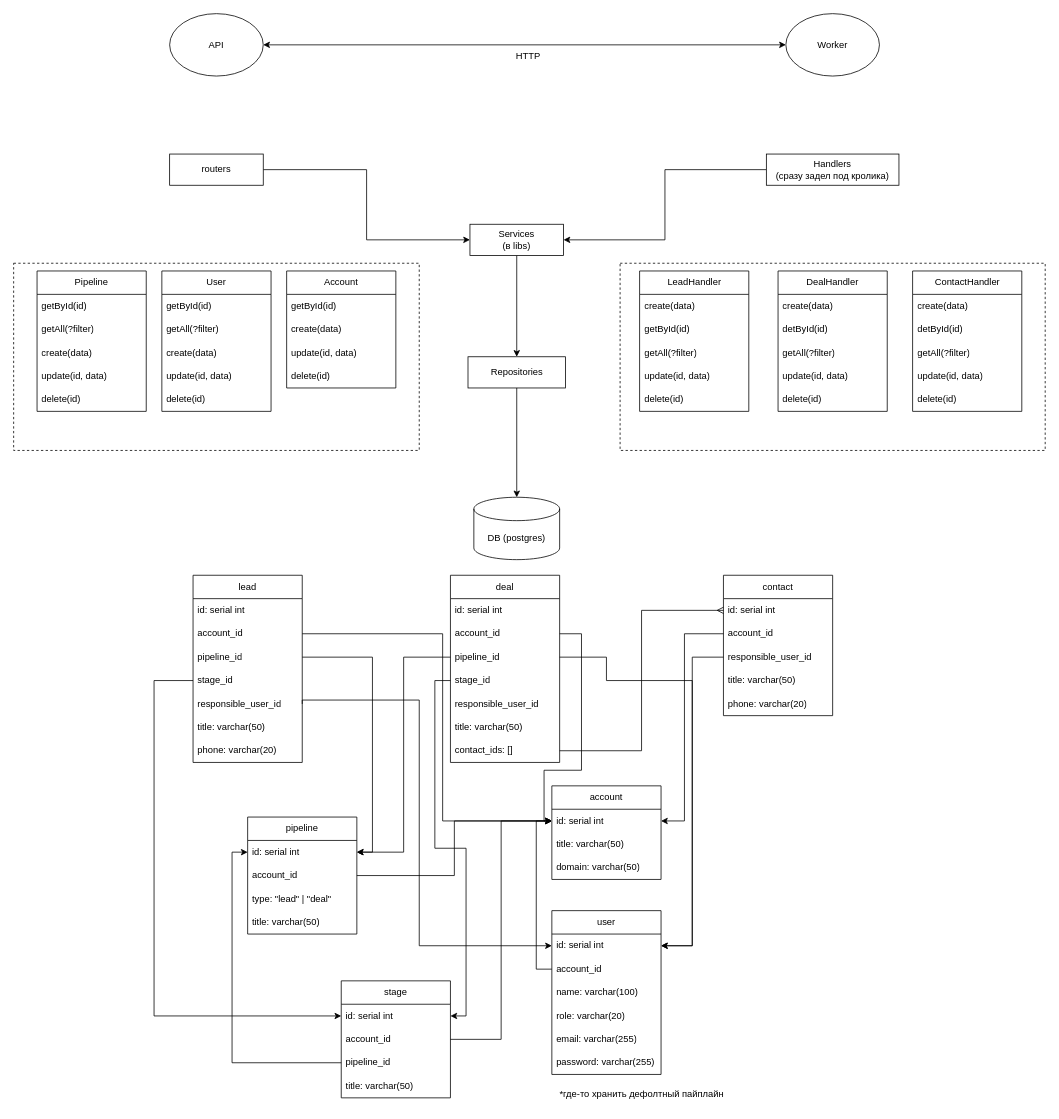
The draw.io diagram crm_architecture.drawio in sh1meo/crm, before the edit. Source tidied: cells renumbered, new cells numbered last; positions are measured from the earlier drawing's top-left corner, leaving out a move shared by most shapes. Both pictures are drawn from the tidied source at 78%, with x=0, y=0 at pixel (13, 13).
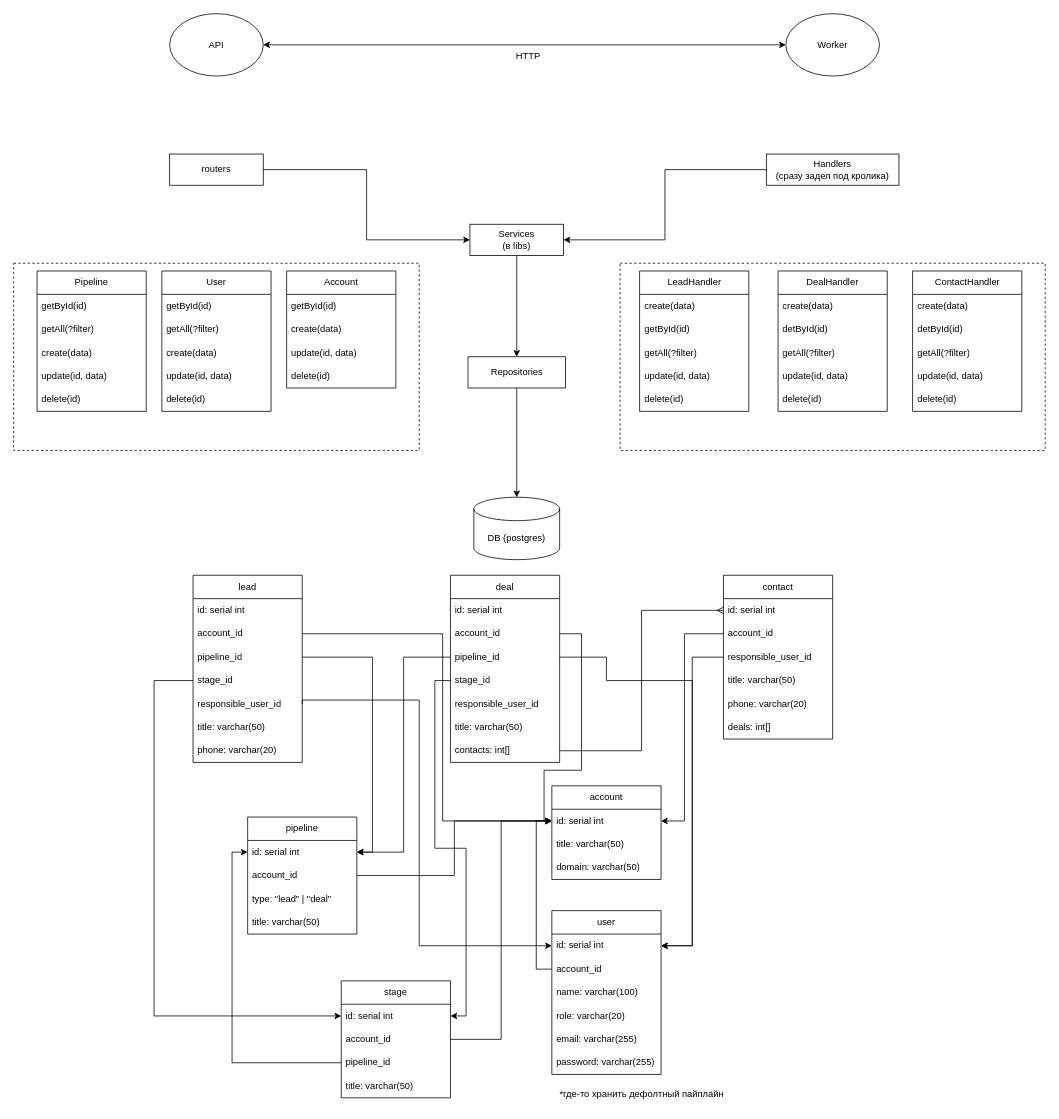
After the change.

Unchanged cells that the change refers to:
```xml
<mxCell id="87" value="deal" style="swimlane;fontStyle=0;horizontal=1;startSize=30;whiteSpace=wrap;html=1;" parent="1" vertex="1">
  <mxGeometry x="560" y="720" width="140" height="240" as="geometry" />
</mxCell>
```

The edit, as a diff of the source:
```diff
@@
     <mxCell id="60" value="contact" style="swimlane;fontStyle=0;horizontal=1;startSize=30;whiteSpace=wrap;html=1;" parent="1" vertex="1">
-      <mxGeometry x="910" y="720" width="140" height="180" as="geometry" />
+      <mxGeometry x="910" y="720" width="140" height="210" as="geometry" />
     </mxCell>
@@
+    <mxCell id="111" value="deals: int[]" style="text;strokeColor=none;fillColor=none;align=left;verticalAlign=middle;spacingLeft=4;spacingRight=4;overflow=hidden;whiteSpace=wrap;html=1;" parent="60" vertex="1">
+      <mxGeometry y="180" width="140" height="30" as="geometry" />
+    </mxCell>
@@
-    <mxCell id="94" value="contact_ids: []" style="text;strokeColor=none;fillColor=none;align=left;verticalAlign=middle;spacingLeft=4;spacingRight=4;overflow=hidden;points=[[0,0.5],[1,0.5]];portConstraint=eastwest;whiteSpace=wrap;html=1;" parent="87" vertex="1">
+    <mxCell id="94" value="contacts: int[]" style="text;strokeColor=none;fillColor=none;align=left;verticalAlign=middle;spacingLeft=4;spacingRight=4;overflow=hidden;points=[[0,0.5],[1,0.5]];portConstraint=eastwest;whiteSpace=wrap;html=1;" parent="87" vertex="1">
       <mxGeometry y="210" width="140" height="30" as="geometry" />
     </mxCell>
```
